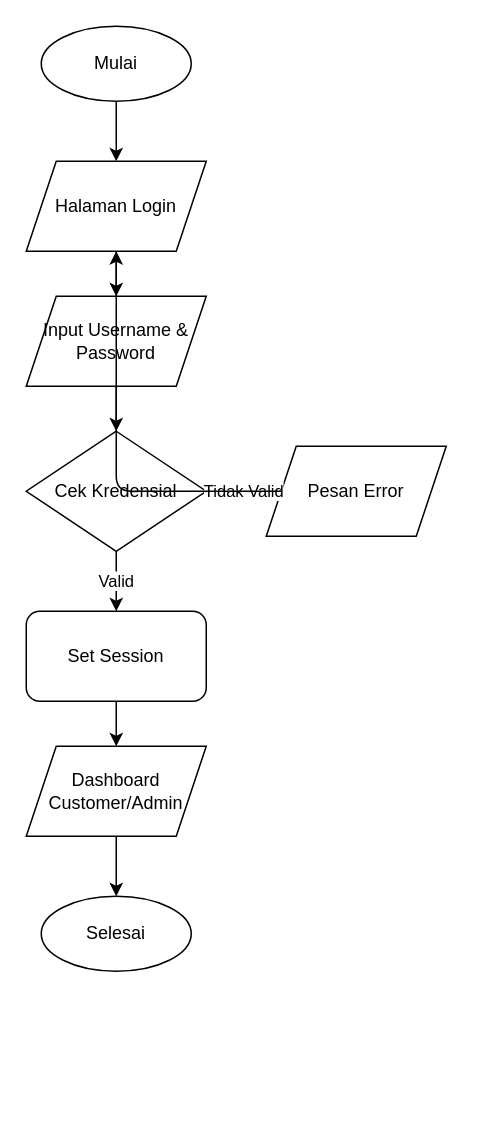
The draw.io diagram diagram/flowchart/04_customer_login.drawio in RajaSunrise/ud_zivana, before the edit. Source tidied: cells renumbered, new cells numbered last; positions are measured from the earlier drawing's top-left corner, leaving out a move shared by most shapes. Both pictures are drawn from the tidied source at 150%, with x=0, y=0 at pixel (26, 26).
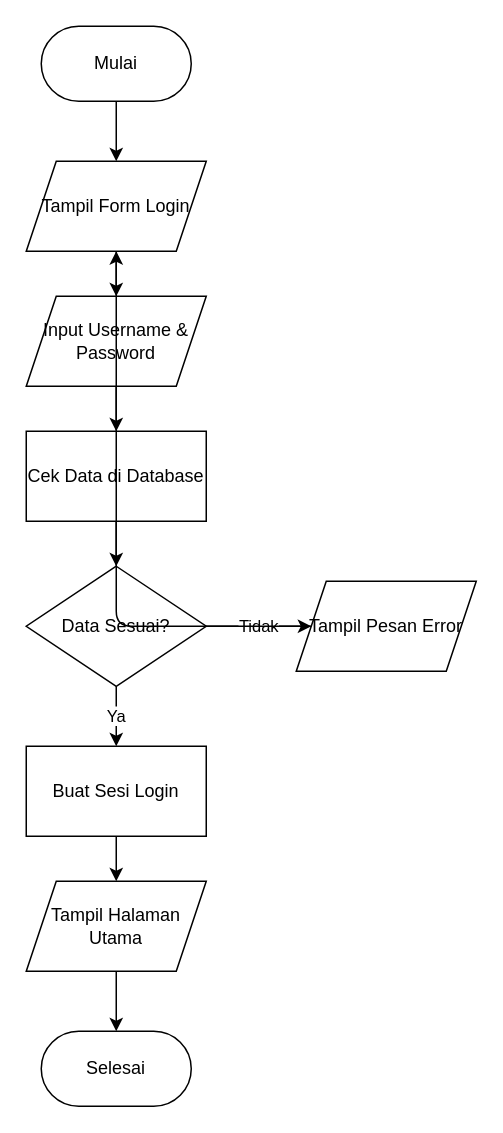
The same diagram, later.

What changed in the source:
```diff
@@
 <mxGraphModel>
   <root>
     <mxCell id="0" />
     <mxCell id="1" parent="0" />
-    <mxCell id="2" value="Mulai" style="ellipse;whiteSpace=wrap;html=1;" parent="1" vertex="1">
+    <mxCell id="2" value="Mulai" style="rounded=1;whiteSpace=wrap;html=1;arcSize=50;" parent="1" vertex="1">
       <mxGeometry x="10" width="100" height="50" as="geometry" />
     </mxCell>
-    <mxCell id="3" value="Halaman Login" style="shape=parallelogram;perimeter=parallelogramPerimeter;whiteSpace=wrap;html=1;fixedSize=1;" parent="1" vertex="1">
+    <mxCell id="3" value="Tampil Form Login" style="shape=parallelogram;perimeter=parallelogramPerimeter;whiteSpace=wrap;html=1;fixedSize=1;" parent="1" vertex="1">
       <mxGeometry y="90" width="120" height="60" as="geometry" />
     </mxCell>
     <mxCell id="4" value="Input Username &amp; Password" style="shape=parallelogram;perimeter=parallelogramPerimeter;whiteSpace=wrap;html=1;fixedSize=1;" parent="1" vertex="1">
       <mxGeometry y="180" width="120" height="60" as="geometry" />
     </mxCell>
-    <mxCell id="5" value="Cek Kredensial" style="rhombus;whiteSpace=wrap;html=1;" parent="1" vertex="1">
-      <mxGeometry y="270" width="120" height="80" as="geometry" />
+    <mxCell id="5" value="Cek Data di Database" style="rounded=0;whiteSpace=wrap;html=1;" parent="1" vertex="1">
+      <mxGeometry y="270" width="120" height="60" as="geometry" />
     </mxCell>
-    <mxCell id="6" value="Set Session" style="rounded=1;whiteSpace=wrap;html=1;" parent="1" vertex="1">
-      <mxGeometry y="390" width="120" height="60" as="geometry" />
+    <mxCell id="6" value="Data Sesuai?" style="rhombus;whiteSpace=wrap;html=1;" parent="1" vertex="1">
+      <mxGeometry y="360" width="120" height="80" as="geometry" />
     </mxCell>
-    <mxCell id="7" value="Dashboard Customer/Admin" style="shape=parallelogram;perimeter=parallelogramPerimeter;whiteSpace=wrap;html=1;fixedSize=1;" parent="1" vertex="1">
+    <mxCell id="7" value="Buat Sesi Login" style="rounded=0;whiteSpace=wrap;html=1;" parent="1" vertex="1">
       <mxGeometry y="480" width="120" height="60" as="geometry" />
     </mxCell>
-    <mxCell id="8" value="Pesan Error" style="shape=parallelogram;perimeter=parallelogramPerimeter;whiteSpace=wrap;html=1;fixedSize=1;" parent="1" vertex="1">
-      <mxGeometry x="160" y="280" width="120" height="60" as="geometry" />
+    <mxCell id="8" value="Tampil Halaman Utama" style="shape=parallelogram;perimeter=parallelogramPerimeter;whiteSpace=wrap;html=1;fixedSize=1;" parent="1" vertex="1">
+      <mxGeometry y="570" width="120" height="60" as="geometry" />
     </mxCell>
-    <mxCell id="9" value="Selesai" style="ellipse;whiteSpace=wrap;html=1;" parent="1" vertex="1">
-      <mxGeometry x="10" y="580" width="100" height="50" as="geometry" />
+    <mxCell id="9" value="Tampil Pesan Error" style="shape=parallelogram;perimeter=parallelogramPerimeter;whiteSpace=wrap;html=1;fixedSize=1;" parent="1" vertex="1">
+      <mxGeometry x="180" y="370" width="120" height="60" as="geometry" />
     </mxCell>
-    <mxCell id="10" style="edgeStyle=orthogonalEdgeStyle;rounded=0;jettySize=auto;html=1;" parent="1" edge="1" source="2" target="3">
-      <mxGeometry relative="1" as="geometry" />
+    <mxCell id="10" value="Selesai" style="rounded=1;whiteSpace=wrap;html=1;arcSize=50;" parent="1" vertex="1">
+      <mxGeometry x="10" y="670" width="100" height="50" as="geometry" />
     </mxCell>
-    <mxCell id="11" style="edgeStyle=orthogonalEdgeStyle;rounded=0;jettySize=auto;html=1;" parent="1" edge="1" source="3" target="4">
+    <mxCell id="11" style="edgeStyle=orthogonalEdgeStyle;rounded=0;jettySize=auto;html=1;" parent="1" edge="1" source="2" target="3">
       <mxGeometry relative="1" as="geometry" />
     </mxCell>
-    <mxCell id="12" style="edgeStyle=orthogonalEdgeStyle;rounded=0;jettySize=auto;html=1;" parent="1" edge="1" source="4" target="5">
+    <mxCell id="12" style="edgeStyle=orthogonalEdgeStyle;rounded=0;jettySize=auto;html=1;" parent="1" edge="1" source="3" target="4">
       <mxGeometry relative="1" as="geometry" />
     </mxCell>
-    <mxCell id="13" value="Valid" style="edgeStyle=orthogonalEdgeStyle;rounded=0;jettySize=auto;html=1;" parent="1" edge="1" source="5" target="6">
+    <mxCell id="13" style="edgeStyle=orthogonalEdgeStyle;rounded=0;jettySize=auto;html=1;" parent="1" edge="1" source="4" target="5">
       <mxGeometry relative="1" as="geometry" />
     </mxCell>
-    <mxCell id="14" value="Tidak Valid" style="edgeStyle=orthogonalEdgeStyle;rounded=0;jettySize=auto;html=1;" parent="1" edge="1" source="5" target="8">
+    <mxCell id="14" style="edgeStyle=orthogonalEdgeStyle;rounded=0;jettySize=auto;html=1;" parent="1" edge="1" source="5" target="6">
       <mxGeometry relative="1" as="geometry" />
     </mxCell>
-    <mxCell id="15" style="edgeStyle=orthogonalEdgeStyle;" parent="1" edge="1" source="8" target="3">
+    <mxCell id="15" value="Ya" style="edgeStyle=orthogonalEdgeStyle;rounded=0;jettySize=auto;html=1;" parent="1" edge="1" source="6" target="7">
       <mxGeometry relative="1" as="geometry" />
     </mxCell>
-    <mxCell id="16" style="edgeStyle=orthogonalEdgeStyle;rounded=0;jettySize=auto;html=1;" parent="1" edge="1" source="6" target="7">
+    <mxCell id="16" value="Tidak" style="edgeStyle=orthogonalEdgeStyle;rounded=0;jettySize=auto;html=1;" parent="1" edge="1" source="6" target="9">
       <mxGeometry relative="1" as="geometry" />
     </mxCell>
-    <mxCell id="17" style="edgeStyle=orthogonalEdgeStyle;rounded=0;jettySize=auto;html=1;" parent="1" edge="1" source="7" target="9">
+    <mxCell id="17" style="edgeStyle=orthogonalEdgeStyle;" parent="1" edge="1" source="9" target="3">
       <mxGeometry relative="1" as="geometry" />
     </mxCell>
+    <mxCell id="18" style="edgeStyle=orthogonalEdgeStyle;rounded=0;jettySize=auto;html=1;" parent="1" edge="1" source="7" target="8">
+      <mxGeometry relative="1" as="geometry" />
+    </mxCell>
+    <mxCell id="19" style="edgeStyle=orthogonalEdgeStyle;rounded=0;jettySize=auto;html=1;" parent="1" edge="1" source="8" target="10">
+      <mxGeometry relative="1" as="geometry" />
+    </mxCell>
   </root>
 </mxGraphModel>
```
